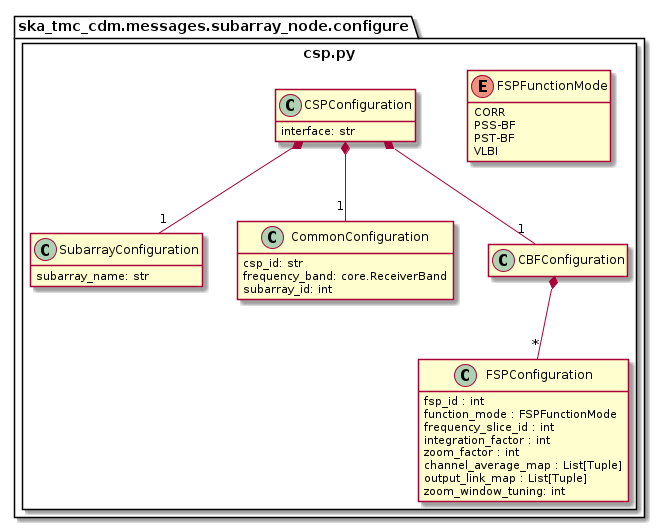
The PlantUML diagram docs/src/developer/subarraynode/csp.png in ska-telescope/cdm-shared-library, before a commit.
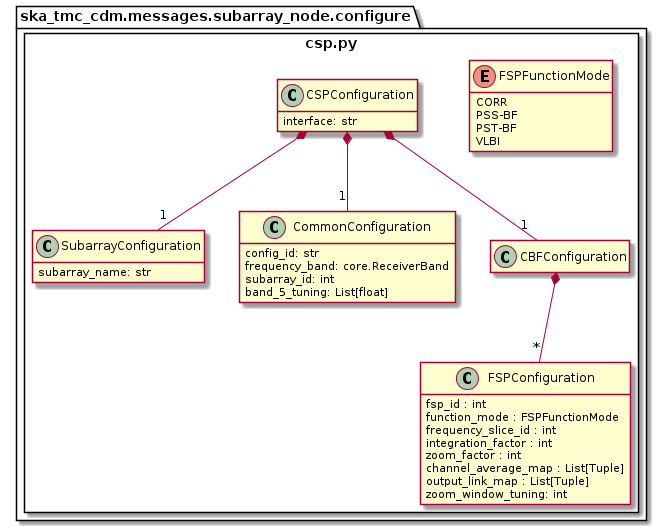
After the commit.

Commit message:
AT2-855 added support of csp.common.band_5_tuning in MID configure request

Change to the diagram source:
```diff
@@ -13,9 +13,10 @@
 	    }
 
 	    class CommonConfiguration {
-	        csp_id: str
+	        config_id: str
             frequency_band: core.ReceiverBand
             subarray_id: int
+            band_5_tuning: List[float]
 	    }
 
 	    class CBFConfiguration {
@@ -65,5 +66,4 @@
 
 	}
 }
-
 @enduml
```
